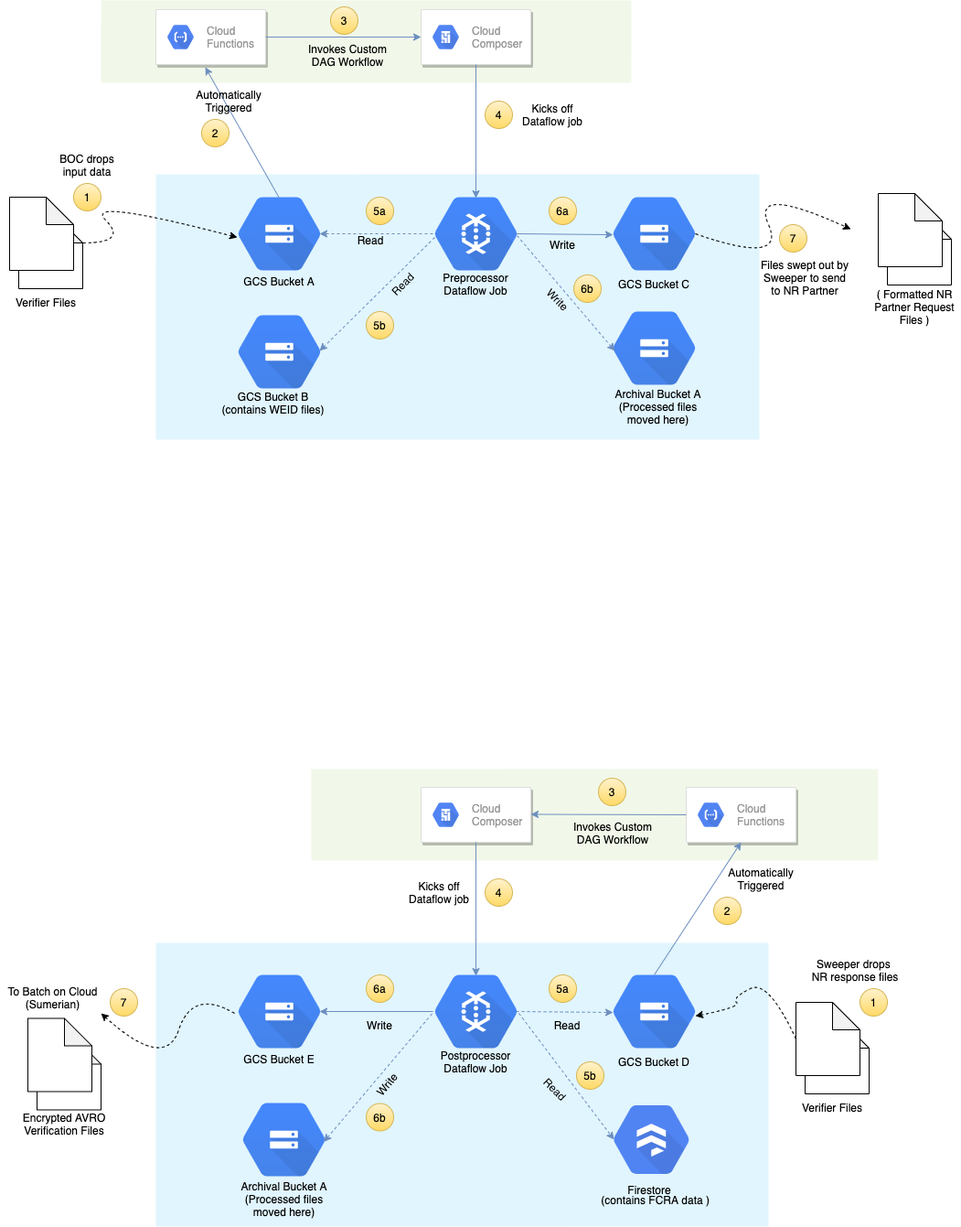
Before: Untitled Diagram.png, a diagram exported from draw.io (faeezshaikhefx/faeezshaikhefx). Source tidied: cells renumbered, new cells last; positions are measured from the earlier drawing's top-left corner, leaving out a move shared by most shapes.
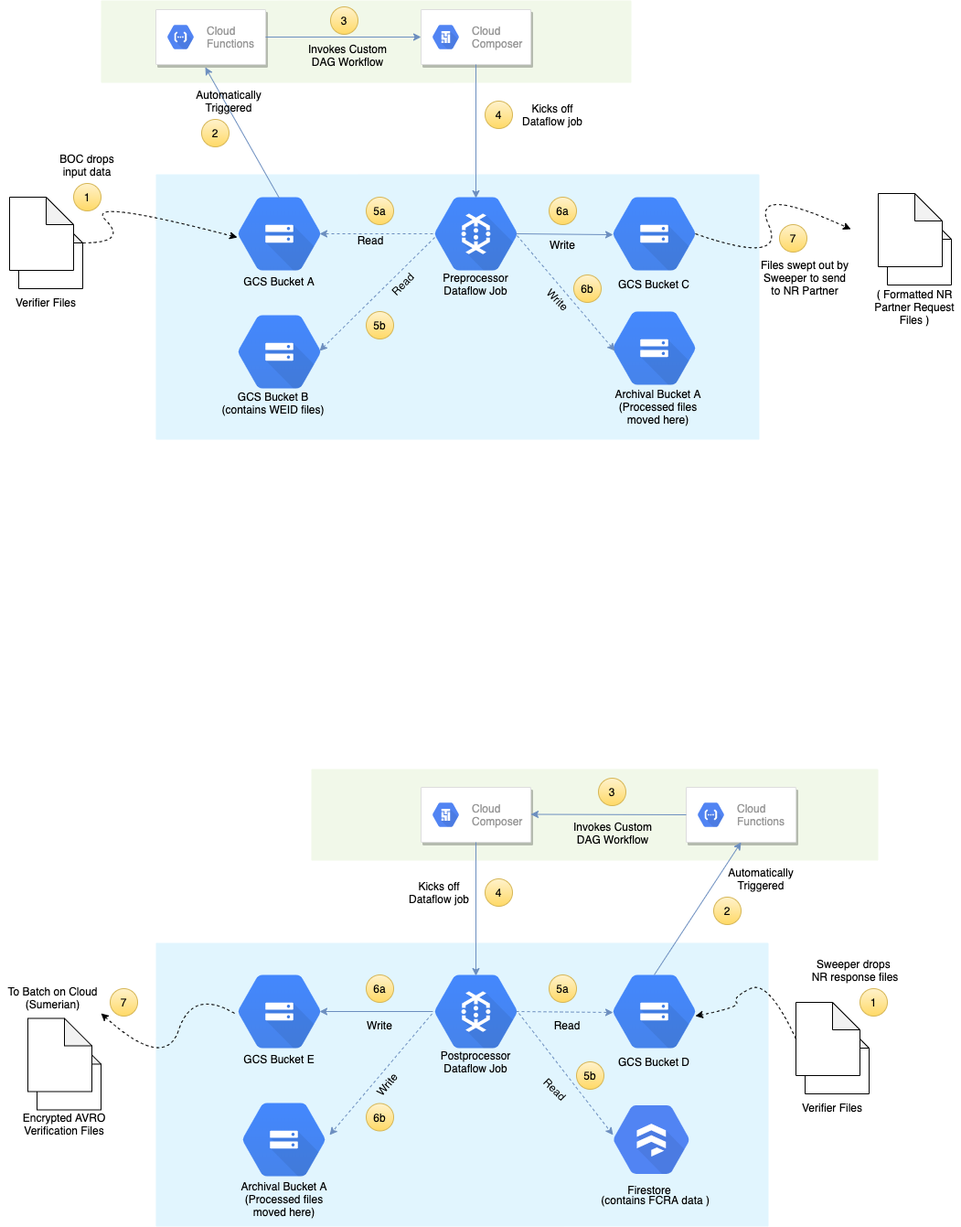
The same file after the commit.

Diff of the diagram source:
```diff
@@ -185,9 +185,10 @@
     <mxCell id="56" value="Write" style="text;html=1;strokeColor=none;fillColor=none;align=center;verticalAlign=middle;whiteSpace=wrap;rounded=0;rotation=0;" parent="1" vertex="1">
       <mxGeometry x="565" y="257" width="100" height="20" as="geometry" />
     </mxCell>
-    <mxCell id="57" style="endArrow=classic;html=1;entryX=0.175;entryY=0.5;entryDx=0;entryDy=0;entryPerimeter=0;fillColor=#dae8fc;strokeColor=#6c8ebf;dashed=1;" parent="1" edge="1" target="52">
+    <mxCell id="57" style="endArrow=classic;html=1;fillColor=#dae8fc;strokeColor=#6c8ebf;dashed=1;" parent="1" edge="1">
       <mxGeometry relative="1" as="geometry">
         <mxPoint x="567" y="1107" as="sourcePoint" />
+        <mxPoint x="670" y="1240" as="targetPoint" />
       </mxGeometry>
     </mxCell>
     <mxCell id="58" value="Automatically&lt;br&gt;Triggered" style="text;html=1;strokeColor=none;fillColor=none;align=center;verticalAlign=middle;whiteSpace=wrap;rounded=0;rotation=0;" parent="1" vertex="1">
@@ -334,8 +335,10 @@
     <mxCell id="98" value="Archival Bucket A&lt;br&gt;(Processed files moved here)" style="text;html=1;strokeColor=none;fillColor=none;align=center;verticalAlign=middle;whiteSpace=wrap;rounded=0;" parent="1" vertex="1">
       <mxGeometry x="247.5" y="1300" width="125" height="20" as="geometry" />
     </mxCell>
-    <mxCell id="99" style="endArrow=classic;html=1;entryX=0.985;entryY=0.531;entryDx=0;entryDy=0;entryPerimeter=0;fillColor=#dae8fc;strokeColor=#6c8ebf;dashed=1;exitX=-0.033;exitY=0.531;exitDx=0;exitDy=0;exitPerimeter=0;" parent="1" edge="1" source="40" target="97">
-      <mxGeometry relative="1" as="geometry" />
+    <mxCell id="99" style="endArrow=classic;html=1;fillColor=#dae8fc;strokeColor=#6c8ebf;dashed=1;exitX=-0.033;exitY=0.531;exitDx=0;exitDy=0;exitPerimeter=0;" parent="1" edge="1" source="40">
+      <mxGeometry relative="1" as="geometry">
+        <mxPoint x="360" y="1240" as="targetPoint" />
+      </mxGeometry>
     </mxCell>
     <mxCell id="100" value="Write" style="text;html=1;strokeColor=none;fillColor=none;align=center;verticalAlign=middle;whiteSpace=wrap;rounded=0;rotation=-50;" parent="1" vertex="1">
       <mxGeometry x="372.5" y="1175" width="100" height="20" as="geometry" />
```
